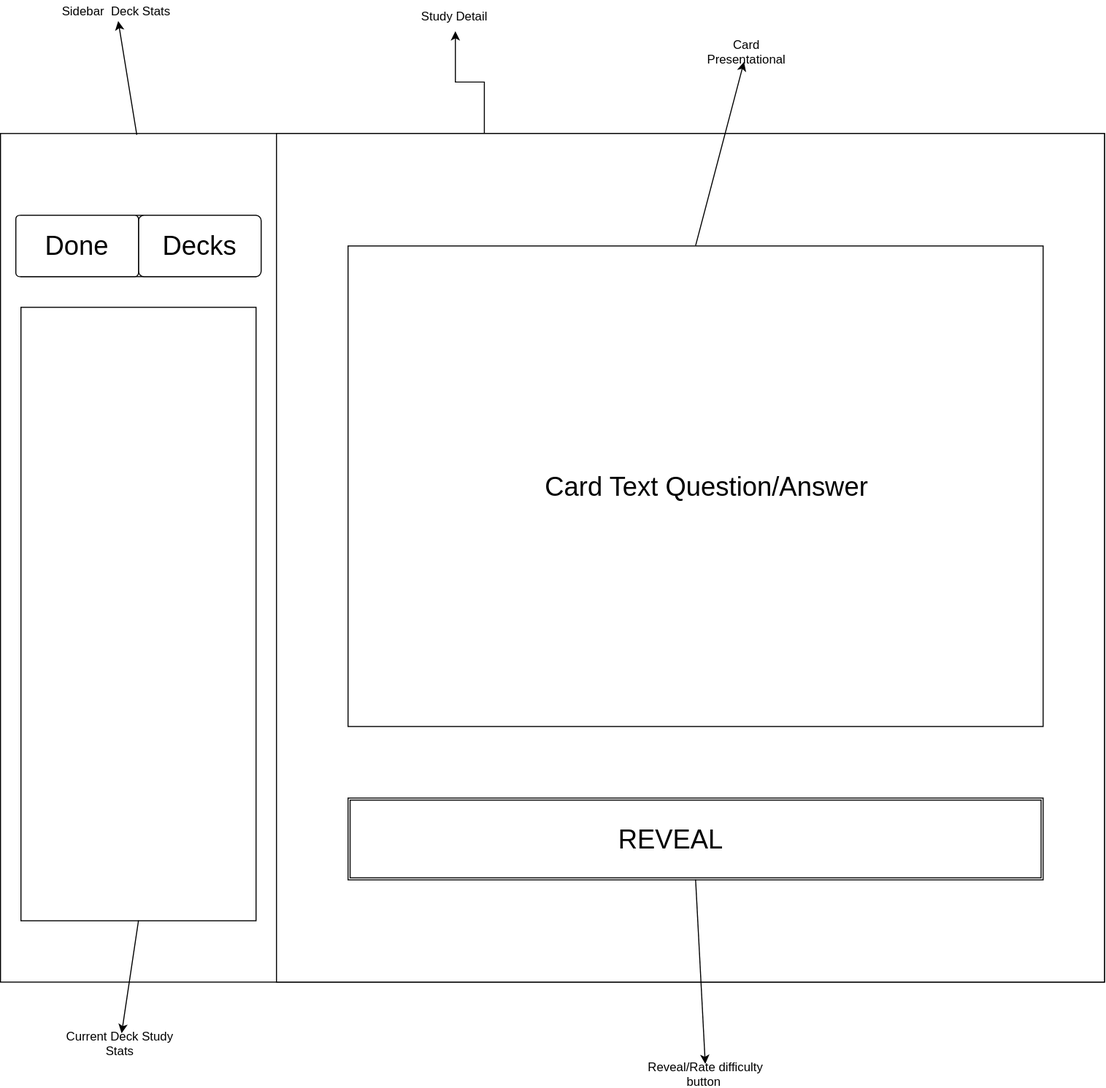
Before: docs/wireframes/deck_study.svg, a diagram exported from draw.io (jfurukawa4392/memRizr). Source tidied: cells renumbered, new cells last; positions are measured from the earlier drawing's top-left corner, leaving out a move shared by most shapes.
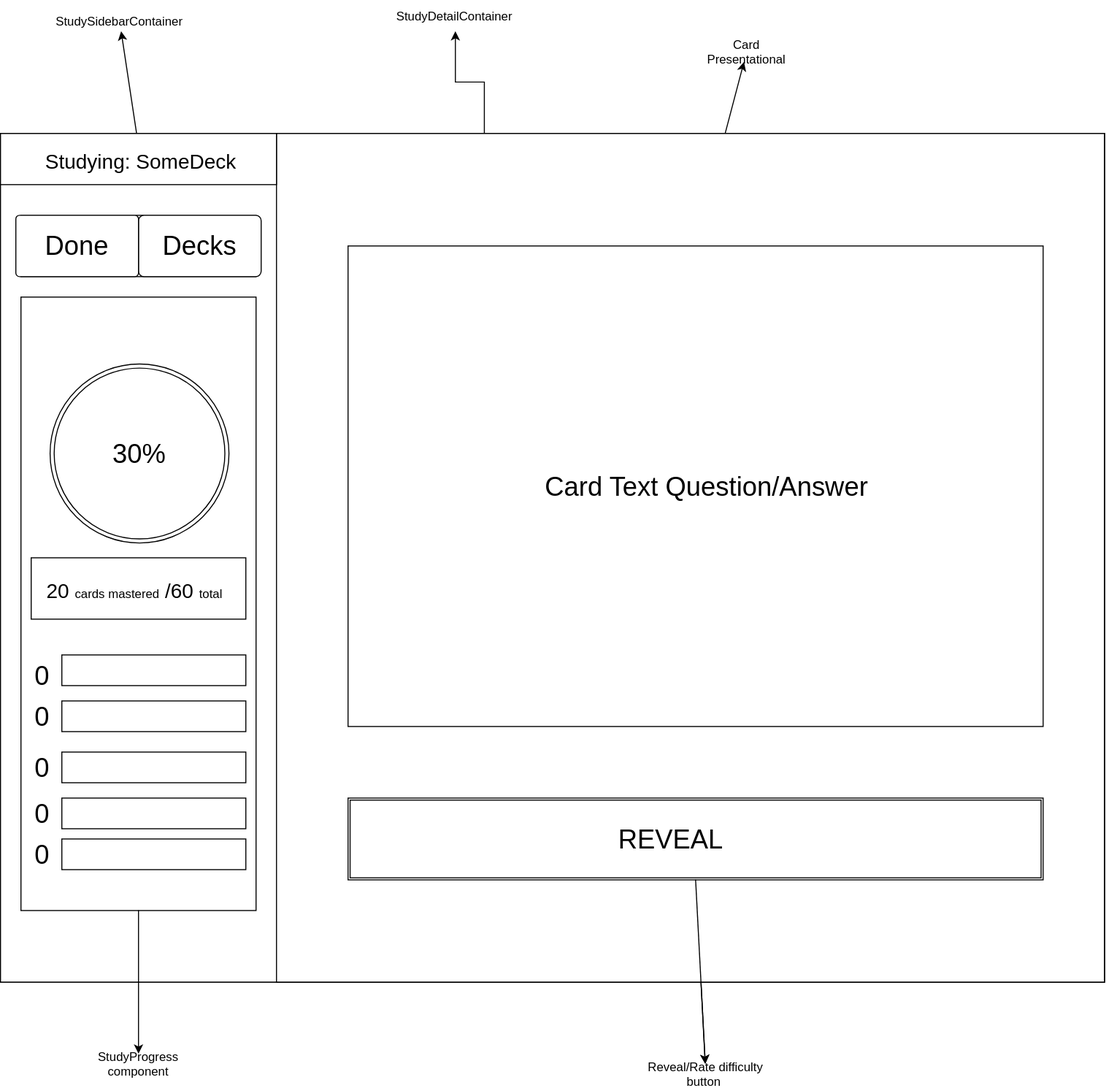
After the commit.

Commit message:
add wireframes, improve component and schema docs

Diff of the diagram source:
```diff
@@ -2,6 +2,9 @@
   <root>
     <mxCell id="0" />
     <mxCell id="1" parent="0" />
+    <mxCell id="22" style="whiteSpace=wrap;html=1;fontSize=26;" parent="1" vertex="1">
+      <mxGeometry x="310" y="210" width="740" height="680" as="geometry" />
+    </mxCell>
     <mxCell id="2" style="whiteSpace=wrap;html=1;" parent="1" vertex="1">
       <mxGeometry y="130" width="1080" height="830" as="geometry" />
     </mxCell>
@@ -11,7 +14,7 @@
     <mxCell id="4" style="whiteSpace=wrap;html=1;" parent="1" vertex="1">
       <mxGeometry x="270" y="130" width="810" height="830" as="geometry" />
     </mxCell>
-    <mxCell id="5" value="Study Detail&amp;nbsp;" style="text;html=1;strokeColor=none;fillColor=none;align=center;verticalAlign=middle;whiteSpace=wrap;" parent="1" vertex="1">
+    <mxCell id="5" value="StudyDetailContainer&amp;nbsp;" style="text;html=1;strokeColor=none;fillColor=none;align=center;verticalAlign=middle;whiteSpace=wrap;" parent="1" vertex="1">
       <mxGeometry x="370" width="150" height="30" as="geometry" />
     </mxCell>
     <mxCell id="6" style="whiteSpace=wrap;html=1;" parent="1" vertex="1">
@@ -41,8 +44,8 @@
     <mxCell id="14" style="endArrow=classic;html=1;fontSize=26;exitX=0.123;exitY=0.002;exitPerimeter=0;" parent="1" edge="1" source="2" target="15">
       <mxGeometry relative="1" as="geometry" />
     </mxCell>
-    <mxCell id="15" value="Sidebar &amp;nbsp;Deck Stats" style="text;html=1;strokeColor=none;fillColor=none;align=center;verticalAlign=middle;whiteSpace=wrap;" parent="1" vertex="1">
-      <mxGeometry x="45" width="137" height="20" as="geometry" />
+    <mxCell id="15" value="StudySidebarContainer" style="text;html=1;strokeColor=none;fillColor=none;align=center;verticalAlign=middle;whiteSpace=wrap;" parent="1" vertex="1">
+      <mxGeometry x="48" y="10" width="137" height="20" as="geometry" />
     </mxCell>
     <mxCell id="16" style="whiteSpace=wrap;html=1;fontSize=26;" parent="1" vertex="1">
       <mxGeometry x="20" y="210" width="230" height="60" as="geometry" />
@@ -56,11 +59,94 @@
     <mxCell id="19" style="whiteSpace=wrap;html=1;fontSize=26;" parent="1" vertex="1">
       <mxGeometry x="20" y="300" width="230" height="600" as="geometry" />
     </mxCell>
-    <mxCell id="20" style="endArrow=classic;html=1;fontSize=26;exitX=0.5;exitY=1;" parent="1" edge="1" source="19" target="21">
-      <mxGeometry relative="1" as="geometry" />
-    </mxCell>
-    <mxCell id="21" value="Current Deck Study Stats" style="text;html=1;strokeColor=none;fillColor=none;align=center;verticalAlign=middle;whiteSpace=wrap;" parent="1" vertex="1">
-      <mxGeometry x="52" y="1010" width="130" height="20" as="geometry" />
-    </mxCell>
+    <mxCell id="23" style="whiteSpace=wrap;html=1;" parent="1" vertex="1">
+      <mxGeometry y="130" width="1080" height="830" as="geometry" />
+    </mxCell>
+    <mxCell id="24" style="whiteSpace=wrap;html=1;" parent="1" vertex="1">
+      <mxGeometry x="270" y="130" width="810" height="830" as="geometry" />
+    </mxCell>
+    <mxCell id="25" style="whiteSpace=wrap;html=1;" parent="1" vertex="1">
+      <mxGeometry x="340" y="240" width="680" height="470" as="geometry" />
+    </mxCell>
+    <mxCell id="26" style="shape=ext;double=1;whiteSpace=wrap;html=1;" parent="1" vertex="1">
+      <mxGeometry x="340" y="780" width="680" height="80" as="geometry" />
+    </mxCell>
+    <mxCell id="27" style="endArrow=classic;html=1;exitX=0.5;exitY=1;" parent="1" edge="1" source="26">
+      <mxGeometry relative="1" as="geometry">
+        <mxPoint x="689.5" y="1040" as="targetPoint" />
+      </mxGeometry>
+    </mxCell>
+    <mxCell id="28" value="REVEAL" style="text;html=1;strokeColor=none;fillColor=none;align=center;verticalAlign=middle;whiteSpace=wrap;fontSize=26;" parent="1" vertex="1">
+      <mxGeometry x="530" y="810" width="250" height="20" as="geometry" />
+    </mxCell>
+    <mxCell id="29" value="Card Text Question/Answer" style="text;html=1;strokeColor=none;fillColor=none;align=center;verticalAlign=middle;whiteSpace=wrap;fontSize=26;" parent="1" vertex="1">
+      <mxGeometry x="530" y="423" width="320" height="105" as="geometry" />
+    </mxCell>
+    <mxCell id="30" style="whiteSpace=wrap;html=1;fontSize=26;" parent="1" vertex="1">
+      <mxGeometry x="20" y="210" width="230" height="60" as="geometry" />
+    </mxCell>
+    <mxCell id="31" value="Decks" style="rounded=1;whiteSpace=wrap;html=1;fontSize=26;arcSize=9;" parent="1" vertex="1">
+      <mxGeometry x="135" y="210" width="120" height="60" as="geometry" />
+    </mxCell>
+    <mxCell id="32" value="Done" style="rounded=1;whiteSpace=wrap;html=1;fontSize=26;arcSize=6;" parent="1" vertex="1">
+      <mxGeometry x="15" y="210" width="120" height="60" as="geometry" />
+    </mxCell>
+    <mxCell id="33" style="whiteSpace=wrap;html=1;fontSize=26;" parent="1" vertex="1">
+      <mxGeometry x="20" y="290" width="230" height="600" as="geometry" />
+    </mxCell>
+    <mxCell id="34" style="endArrow=classic;html=1;fontSize=26;exitX=0.5;exitY=1;" parent="1" edge="1" source="33" target="35">
+      <mxGeometry relative="1" as="geometry" />
+    </mxCell>
+    <mxCell id="35" value="StudyProgress component" style="text;html=1;strokeColor=none;fillColor=none;align=center;verticalAlign=middle;whiteSpace=wrap;" parent="1" vertex="1">
+      <mxGeometry x="70" y="1030" width="130" height="20" as="geometry" />
+    </mxCell>
+    <mxCell id="36" style="ellipse;shape=doubleEllipse;whiteSpace=wrap;html=1;fontSize=26;" parent="1" vertex="1">
+      <mxGeometry x="48" y="355" width="175" height="175" as="geometry" />
+    </mxCell>
+    <mxCell id="37" value="30%" style="text;html=1;strokeColor=none;fillColor=none;align=center;verticalAlign=middle;whiteSpace=wrap;fontSize=26;" parent="1" vertex="1">
+      <mxGeometry x="80" y="433" width="110" height="20" as="geometry" />
+    </mxCell>
+    <mxCell id="38" style="whiteSpace=wrap;html=1;fontSize=26;" parent="1" vertex="1">
+      <mxGeometry x="30" y="545" width="210" height="60" as="geometry" />
+    </mxCell>
+    <mxCell id="39" value="&lt;div&gt;&lt;font style=&quot;font-size: 20px&quot;&gt;20 &lt;/font&gt;&lt;font style=&quot;font-size: 12px&quot;&gt;cards mastered&lt;/font&gt;&lt;font style=&quot;font-size: 20px&quot;&gt; /60 &lt;/font&gt;&lt;font style=&quot;font-size: 12px&quot;&gt;total&lt;/font&gt;&amp;nbsp;&lt;/div&gt;" style="text;html=1;strokeColor=none;fillColor=none;align=center;verticalAlign=middle;whiteSpace=wrap;fontSize=26;" parent="1" vertex="1">
+      <mxGeometry x="40" y="565" width="190" height="20" as="geometry" />
+    </mxCell>
+    <mxCell id="40" style="whiteSpace=wrap;html=1;fontSize=26;" parent="1" vertex="1">
+      <mxGeometry x="60" y="640" width="180" height="30" as="geometry" />
+    </mxCell>
+    <mxCell id="41" value="0" style="text;html=1;strokeColor=none;fillColor=none;align=center;verticalAlign=middle;whiteSpace=wrap;fontSize=26;" parent="1" vertex="1">
+      <mxGeometry x="20" y="650" width="40" height="20" as="geometry" />
+    </mxCell>
+    <mxCell id="42" style="whiteSpace=wrap;html=1;fontSize=26;" parent="1" vertex="1">
+      <mxGeometry x="60" y="685" width="180" height="30" as="geometry" />
+    </mxCell>
+    <mxCell id="43" value="0" style="text;html=1;strokeColor=none;fillColor=none;align=center;verticalAlign=middle;whiteSpace=wrap;fontSize=26;" parent="1" vertex="1">
+      <mxGeometry x="20" y="690" width="40" height="20" as="geometry" />
+    </mxCell>
+    <mxCell id="44" style="whiteSpace=wrap;html=1;fontSize=26;" parent="1" vertex="1">
+      <mxGeometry x="60" y="735" width="180" height="30" as="geometry" />
+    </mxCell>
+    <mxCell id="45" value="0" style="text;html=1;strokeColor=none;fillColor=none;align=center;verticalAlign=middle;whiteSpace=wrap;fontSize=26;" parent="1" vertex="1">
+      <mxGeometry x="20" y="740" width="40" height="20" as="geometry" />
+    </mxCell>
+    <mxCell id="46" style="whiteSpace=wrap;html=1;fontSize=26;" parent="1" vertex="1">
+      <mxGeometry x="60" y="780" width="180" height="30" as="geometry" />
+    </mxCell>
+    <mxCell id="47" value="0" style="text;html=1;strokeColor=none;fillColor=none;align=center;verticalAlign=middle;whiteSpace=wrap;fontSize=26;" parent="1" vertex="1">
+      <mxGeometry x="20" y="785" width="40" height="20" as="geometry" />
+    </mxCell>
+    <mxCell id="48" style="whiteSpace=wrap;html=1;fontSize=26;" parent="1" vertex="1">
+      <mxGeometry x="60" y="820" width="180" height="30" as="geometry" />
+    </mxCell>
+    <mxCell id="49" value="0" style="text;html=1;strokeColor=none;fillColor=none;align=center;verticalAlign=middle;whiteSpace=wrap;fontSize=26;" parent="1" vertex="1">
+      <mxGeometry x="20" y="825" width="40" height="20" as="geometry" />
+    </mxCell>
+    <mxCell id="50" style="whiteSpace=wrap;html=1;fontSize=26;" parent="1" vertex="1">
+      <mxGeometry y="130" width="270" height="50" as="geometry" />
+    </mxCell>
+    <mxCell id="51" value="&lt;div style=&quot;text-align: left&quot;&gt;&lt;span style=&quot;font-size: 20px&quot;&gt;Studying: SomeDeck&lt;/span&gt;&lt;/div&gt;" style="text;html=1;strokeColor=none;fillColor=none;align=center;verticalAlign=middle;whiteSpace=wrap;fontSize=26;" parent="1" vertex="1">
+      <mxGeometry x="15" y="145" width="245" height="20" as="geometry" />
+    </mxCell>
   </root>
 </mxGraphModel>
```
